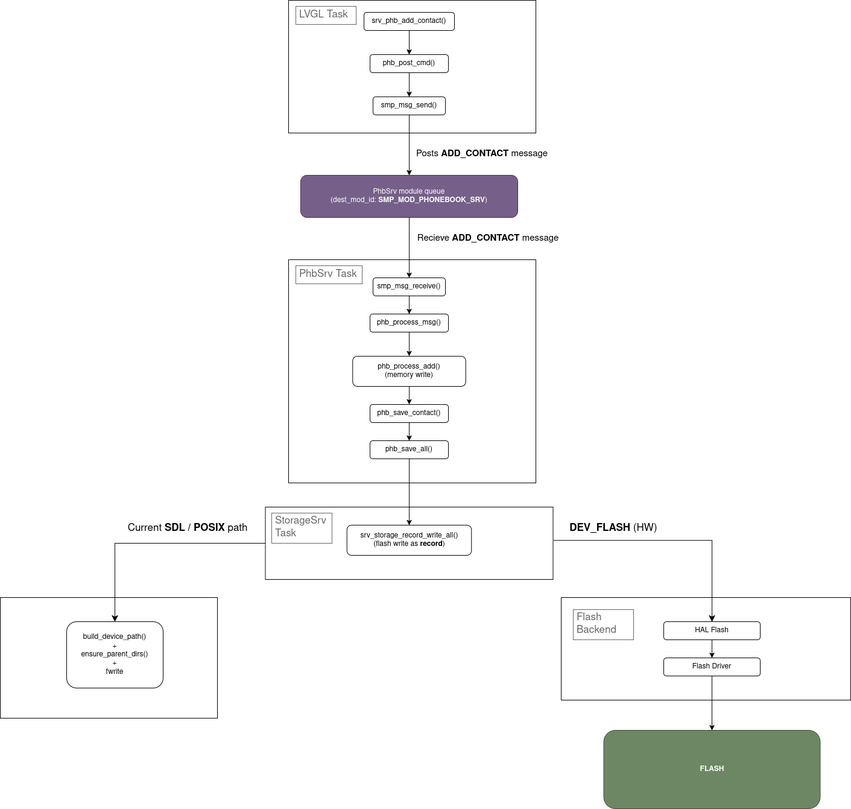
Before: docs/diagrams/StorageArch.png, a diagram exported from draw.io (ananyast81/sampige-emb-filesys-intern-2026). Source tidied: cells renumbered, new cells last; positions are measured from the earlier drawing's top-left corner, leaving out a move shared by most shapes.
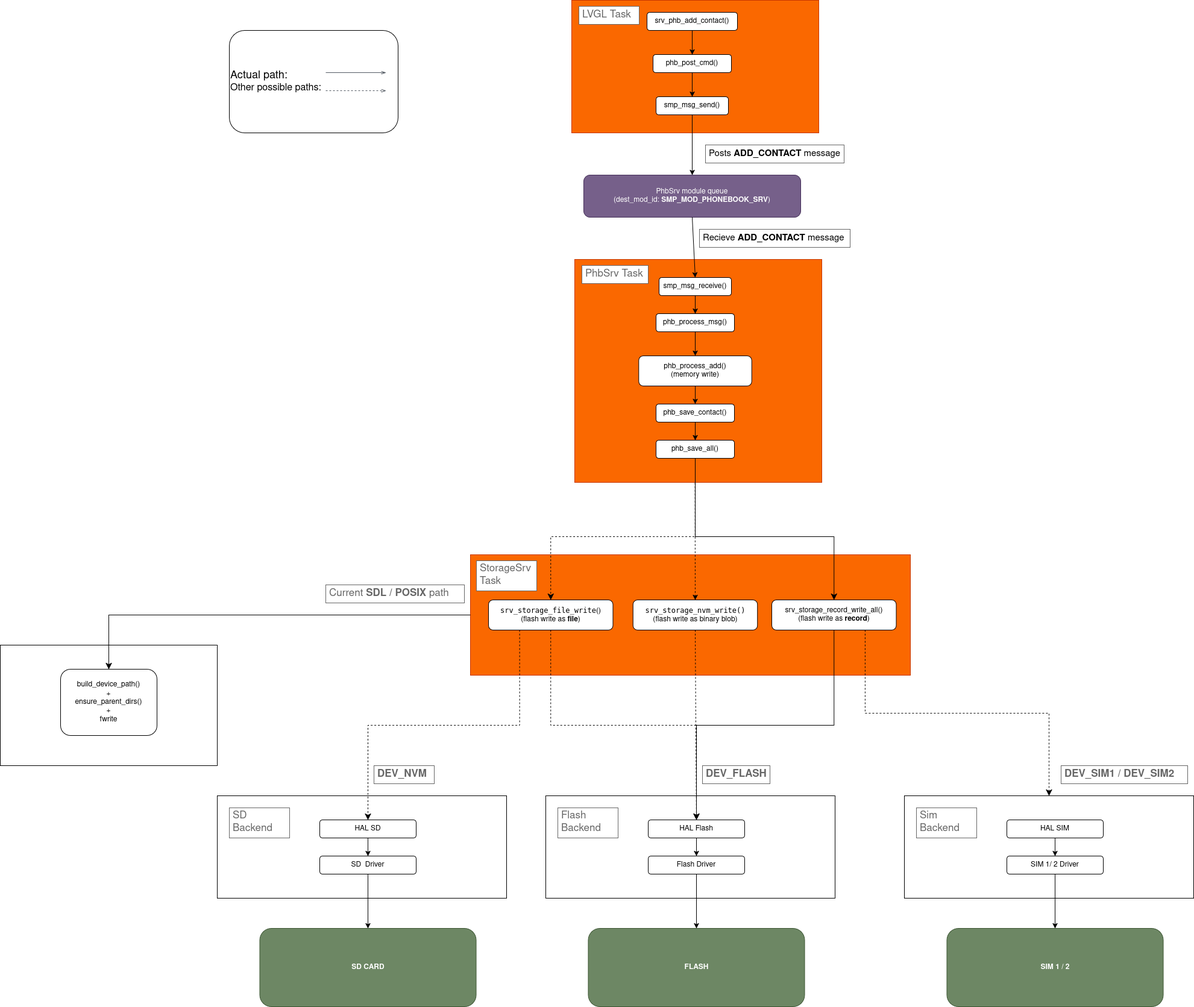
Above is the later version.

Commit message:
Add 3 file formats and 4 devices

The edit, as a diff of the source:
```diff
@@ -7,3 +7,3 @@
     </mxCell>
-    <mxCell id="3" value="&lt;div align=&quot;left&quot;&gt;&lt;br&gt;&lt;/div&gt;" style="rounded=0;whiteSpace=wrap;html=1;textOpacity=30;gradientColor=none;fillColor=default;" parent="1" vertex="1">
+    <mxCell id="3" value="&lt;div align=&quot;left&quot;&gt;&lt;br&gt;&lt;/div&gt;" style="rounded=0;whiteSpace=wrap;html=1;textOpacity=30;fillColor=#fa6800;fontColor=#000000;strokeColor=#C73500;" parent="1" vertex="1">
       <mxGeometry x="478" width="410" height="220" as="geometry" />
@@ -28,4 +28,4 @@
     </mxCell>
-    <mxCell id="10" value="&lt;div align=&quot;left&quot;&gt;&lt;br&gt;&lt;/div&gt;" style="rounded=0;whiteSpace=wrap;html=1;textOpacity=30;gradientColor=none;fillColor=default;" parent="1" vertex="1">
-      <mxGeometry x="478" y="430" width="410" height="370" as="geometry" />
+    <mxCell id="10" value="&lt;div align=&quot;left&quot;&gt;&lt;br&gt;&lt;/div&gt;" style="rounded=0;whiteSpace=wrap;html=1;textOpacity=30;fillColor=#fa6800;fontColor=#000000;strokeColor=#C73500;" parent="1" vertex="1">
+      <mxGeometry x="483" y="430" width="410" height="370" as="geometry" />
     </mxCell>
@@ -35,3 +35,3 @@
     <mxCell id="12" value="smp_msg_receive()" style="rounded=1;whiteSpace=wrap;html=1;" parent="1" vertex="1">
-      <mxGeometry x="618" y="460" width="120" height="30" as="geometry" />
+      <mxGeometry x="623" y="460" width="120" height="30" as="geometry" />
     </mxCell>
@@ -46,3 +46,3 @@
     <mxCell id="15" value="phb_process_msg()" style="rounded=1;whiteSpace=wrap;html=1;" parent="1" vertex="1">
-      <mxGeometry x="613" y="520" width="130" height="30" as="geometry" />
+      <mxGeometry x="618" y="520" width="130" height="30" as="geometry" />
     </mxCell>
@@ -52,6 +52,6 @@
     <mxCell id="17" value="&lt;div&gt;phb_process_add()&lt;/div&gt;&lt;div&gt;(memory write)&lt;/div&gt;" style="rounded=1;whiteSpace=wrap;html=1;" parent="1" vertex="1">
-      <mxGeometry x="584.2" y="590" width="187.5" height="50" as="geometry" />
+      <mxGeometry x="589.2" y="590" width="187.5" height="50" as="geometry" />
     </mxCell>
-    <mxCell id="18" value="&lt;div align=&quot;left&quot;&gt;&lt;br&gt;&lt;/div&gt;" style="rounded=0;whiteSpace=wrap;html=1;textOpacity=30;gradientColor=none;fillColor=default;" parent="1" vertex="1">
-      <mxGeometry x="439.5" y="840" width="477" height="120" as="geometry" />
+    <mxCell id="18" value="&lt;div align=&quot;left&quot;&gt;&lt;br&gt;&lt;/div&gt;" style="rounded=0;whiteSpace=wrap;html=1;textOpacity=30;fillColor=#fa6800;fontColor=#000000;strokeColor=#C73500;" parent="1" vertex="1">
+      <mxGeometry x="310" y="920" width="730" height="200" as="geometry" />
     </mxCell>
@@ -61,24 +61,21 @@
     <mxCell id="20" value="phb_save_contact()" style="rounded=1;whiteSpace=wrap;html=1;" parent="1" vertex="1">
-      <mxGeometry x="613" y="670" width="130" height="30" as="geometry" />
+      <mxGeometry x="618" y="670" width="130" height="30" as="geometry" />
     </mxCell>
     <mxCell id="21" value="phb_save_all()" style="rounded=1;whiteSpace=wrap;html=1;" parent="1" vertex="1">
-      <mxGeometry x="613" y="730" width="130" height="30" as="geometry" />
+      <mxGeometry x="618" y="730" width="130" height="30" as="geometry" />
     </mxCell>
     <mxCell id="22" value="&lt;div&gt;srv_storage_record_write_all()&lt;/div&gt;&lt;div&gt;(flash write as &lt;b&gt;record&lt;/b&gt;)&lt;/div&gt;" style="rounded=1;whiteSpace=wrap;html=1;" parent="1" vertex="1">
-      <mxGeometry x="574.8" y="870" width="206.5" height="50" as="geometry" />
+      <mxGeometry x="810" y="995" width="206.5" height="50" as="geometry" />
     </mxCell>
-    <mxCell id="23" style="endArrow=classic;html=1;rounded=0;exitX=0.5;exitY=1;exitDx=0;exitDy=0;entryX=0.5;entryY=0;entryDx=0;entryDy=0;" parent="1" edge="1" source="21" target="22">
-      <mxGeometry relative="1" as="geometry" />
-    </mxCell>
     <mxCell id="24" value="&lt;div align=&quot;left&quot;&gt;&lt;br&gt;&lt;/div&gt;" style="rounded=0;whiteSpace=wrap;html=1;textOpacity=30;gradientColor=none;fillColor=default;" parent="1" vertex="1">
-      <mxGeometry y="990" width="360" height="200" as="geometry" />
+      <mxGeometry x="-470" y="1070" width="360" height="200" as="geometry" />
     </mxCell>
     <mxCell id="25" value="&lt;div&gt;build_device_path()&lt;/div&gt;&lt;div&gt;+&lt;/div&gt;&lt;div&gt;ensure_parent_dirs()&lt;/div&gt;&lt;div&gt;+&lt;/div&gt;&lt;div&gt;fwrite&lt;/div&gt;" style="rounded=1;whiteSpace=wrap;html=1;" parent="1" vertex="1">
-      <mxGeometry x="110" y="1030" width="160" height="110" as="geometry" />
+      <mxGeometry x="-370" y="1110" width="160" height="110" as="geometry" />
     </mxCell>
     <mxCell id="26" value="StorageSrv Task" style="strokeWidth=1;shadow=0;dashed=0;align=center;html=1;shape=mxgraph.mockup.text.textBox;fontColor=#666666;align=left;fontSize=17;spacingLeft=4;spacingTop=-3;whiteSpace=wrap;strokeColor=#666666;mainText=;" parent="1" vertex="1">
-      <mxGeometry x="450" y="850" width="100" height="50" as="geometry" />
+      <mxGeometry x="320" y="930" width="100" height="50" as="geometry" />
     </mxCell>
     <mxCell id="27" value="PhbSrv Task" style="strokeWidth=1;shadow=0;dashed=0;align=center;html=1;shape=mxgraph.mockup.text.textBox;fontColor=#666666;align=left;fontSize=17;spacingLeft=4;spacingTop=-3;whiteSpace=wrap;strokeColor=#666666;mainText=;" parent="1" vertex="1">
-      <mxGeometry x="490" y="440" width="110" height="30" as="geometry" />
+      <mxGeometry x="495" y="440" width="110" height="30" as="geometry" />
     </mxCell>
@@ -88,3 +85,3 @@
     <mxCell id="29" value="&lt;div align=&quot;left&quot;&gt;&lt;br&gt;&lt;/div&gt;" style="rounded=0;whiteSpace=wrap;html=1;textOpacity=30;gradientColor=none;fillColor=default;" parent="1" vertex="1">
-      <mxGeometry x="930" y="990" width="480" height="170" as="geometry" />
+      <mxGeometry x="435" y="1320" width="480" height="170" as="geometry" />
     </mxCell>
@@ -93,5 +90,2 @@
     </mxCell>
-    <mxCell id="31" style="edgeStyle=segmentEdgeStyle;endArrow=classic;html=1;curved=0;rounded=0;endSize=8;startSize=8;exitX=1.003;exitY=0.461;exitDx=0;exitDy=0;exitPerimeter=0;" parent="1" edge="1" source="18" target="33">
-      <mxGeometry relative="1" as="geometry" />
-    </mxCell>
     <mxCell id="32" style="edgeStyle=orthogonalEdgeStyle;rounded=0;jettySize=auto;html=1;" parent="1" edge="1" source="33" target="35">
@@ -100,3 +94,3 @@
     <mxCell id="33" value="HAL Flash" style="rounded=1;whiteSpace=wrap;html=1;" parent="1" vertex="1">
-      <mxGeometry x="1100" y="1030" width="160" height="30" as="geometry" />
+      <mxGeometry x="605" y="1360" width="160" height="30" as="geometry" />
     </mxCell>
@@ -106,22 +100,123 @@
     <mxCell id="35" value="Flash Driver" style="rounded=1;whiteSpace=wrap;html=1;" parent="1" vertex="1">
-      <mxGeometry x="1100" y="1090" width="160" height="30" as="geometry" />
+      <mxGeometry x="605" y="1420" width="160" height="30" as="geometry" />
     </mxCell>
-    <mxCell id="36" value="&lt;font style=&quot;font-size: 15px; color: light-dark(rgb(0, 0, 0), rgb(255, 255, 255));&quot;&gt;Posts &lt;b&gt;ADD_CONTACT &lt;/b&gt;message&lt;/font&gt;" style="text;html=1;whiteSpace=wrap;strokeColor=none;fillColor=none;align=center;verticalAlign=middle;rounded=0;" parent="1" vertex="1">
-      <mxGeometry x="688" y="240" width="222" height="30" as="geometry" />
-    </mxCell>
-    <mxCell id="37" value="&lt;font style=&quot;font-size: 15px; color: light-dark(rgb(0, 0, 0), rgb(255, 255, 255));&quot;&gt;Recieve&amp;nbsp;&lt;b&gt;ADD_CONTACT &lt;/b&gt;message&lt;/font&gt;" style="text;html=1;whiteSpace=wrap;strokeColor=none;fillColor=none;align=center;verticalAlign=middle;rounded=0;" parent="1" vertex="1">
-      <mxGeometry x="688" y="380" width="242" height="30" as="geometry" />
-    </mxCell>
     <mxCell id="38" value="Flash Backend" style="strokeWidth=1;shadow=0;dashed=0;align=center;html=1;shape=mxgraph.mockup.text.textBox;fontColor=#666666;align=left;fontSize=17;spacingLeft=4;spacingTop=-3;whiteSpace=wrap;strokeColor=#666666;mainText=;" parent="1" vertex="1">
-      <mxGeometry x="950" y="1010" width="100" height="50" as="geometry" />
+      <mxGeometry x="455" y="1340" width="100" height="50" as="geometry" />
     </mxCell>
     <mxCell id="39" value="&lt;b&gt;FLASH&lt;/b&gt;" style="rounded=1;whiteSpace=wrap;html=1;fillColor=#6d8764;fontColor=#ffffff;strokeColor=#3A5431;" parent="1" vertex="1">
-      <mxGeometry x="1000.5" y="1210" width="359" height="130" as="geometry" />
+      <mxGeometry x="505.5" y="1540" width="359" height="130" as="geometry" />
     </mxCell>
-    <mxCell id="40" value="&lt;font style=&quot;font-size: 17px;&quot;&gt;&lt;b&gt;DEV_FLASH&lt;/b&gt; (HW)&lt;/font&gt;" style="text;html=1;whiteSpace=wrap;strokeColor=none;fillColor=none;align=center;verticalAlign=middle;rounded=0;" parent="1" vertex="1">
-      <mxGeometry x="916.5" y="860" width="200" height="30" as="geometry" />
-    </mxCell>
+    <mxCell id="37" value="&lt;font style=&quot;font-size: 15px; color: light-dark(rgb(0, 0, 0), rgb(255, 255, 255));&quot;&gt;Recieve&amp;nbsp;&lt;b&gt;ADD_CONTACT &lt;/b&gt;message&lt;/font&gt;" style="strokeWidth=1;shadow=0;dashed=0;align=center;html=1;shape=mxgraph.mockup.text.textBox;fontColor=#666666;align=left;fontSize=17;spacingLeft=4;spacingTop=-3;whiteSpace=wrap;strokeColor=#666666;mainText=;" parent="1" vertex="1">
+      <mxGeometry x="690" y="380" width="250" height="30" as="geometry" />
+    </mxCell>
+    <mxCell id="36" value="&lt;font style=&quot;font-size: 15px; color: light-dark(rgb(0, 0, 0), rgb(255, 255, 255));&quot;&gt;Posts &lt;b&gt;ADD_CONTACT &lt;/b&gt;message&lt;/font&gt;" style="strokeWidth=1;shadow=0;dashed=0;align=center;html=1;shape=mxgraph.mockup.text.textBox;fontColor=#666666;align=left;fontSize=17;spacingLeft=4;spacingTop=-3;whiteSpace=wrap;strokeColor=#666666;mainText=;" parent="1" vertex="1">
+      <mxGeometry x="700" y="240" width="230" height="30" as="geometry" />
+    </mxCell>
-    <mxCell id="41" value="&lt;font style=&quot;font-size: 17px;&quot;&gt;Current &lt;b&gt;SDL / POSIX&lt;/b&gt; path&lt;/font&gt;" style="text;html=1;whiteSpace=wrap;strokeColor=none;fillColor=none;align=center;verticalAlign=middle;rounded=0;" parent="1" vertex="1">
-      <mxGeometry x="190" y="860" width="242" height="30" as="geometry" />
+    <mxCell id="41" value="&lt;div style=&quot;line-height: 150%;&quot;&gt;&lt;font style=&quot;font-size: 17px;&quot;&gt;Current &lt;b&gt;SDL / POSIX&lt;/b&gt; path&lt;/font&gt;&lt;/div&gt;" style="strokeWidth=1;shadow=0;dashed=0;align=center;html=1;shape=mxgraph.mockup.text.textBox;fontColor=#666666;align=left;fontSize=17;spacingLeft=4;spacingTop=-3;whiteSpace=wrap;strokeColor=#666666;mainText=;" parent="1" vertex="1">
+      <mxGeometry x="70" y="970" width="230" height="30" as="geometry" />
     </mxCell>
+    <mxCell id="42" value="&lt;div style=&quot;line-height: 150%;&quot;&gt;&lt;font style=&quot;font-size: 17px;&quot;&gt;&lt;b&gt;DEV_FLASH&lt;/b&gt;&amp;nbsp;&lt;/font&gt;&lt;/div&gt;" style="strokeWidth=1;shadow=0;dashed=0;align=center;html=1;shape=mxgraph.mockup.text.textBox;fontColor=#666666;align=left;fontSize=17;spacingLeft=4;spacingTop=-3;whiteSpace=wrap;strokeColor=#666666;mainText=;" parent="1" vertex="1">
+      <mxGeometry x="695" y="1270" width="112" height="30" as="geometry" />
+    </mxCell>
+    <mxCell id="23" style="edgeStyle=elbowEdgeStyle;elbow=vertical;endArrow=classic;html=1;curved=0;rounded=0;endSize=8;startSize=8;entryX=0.5;entryY=0;entryDx=0;entryDy=0;" parent="1" edge="1" source="21" target="22">
+      <mxGeometry relative="1" as="geometry">
+        <Array as="points">
+          <mxPoint x="800" y="890" />
+        </Array>
+      </mxGeometry>
+    </mxCell>
+    <mxCell id="43" value="&lt;div&gt;&lt;code&gt;srv_storage_file_write&lt;/code&gt;()&lt;/div&gt;&lt;div&gt;(flash write as &lt;b&gt;file&lt;/b&gt;)&lt;/div&gt;" style="rounded=1;whiteSpace=wrap;html=1;" parent="1" vertex="1">
+      <mxGeometry x="340" y="995" width="206.5" height="50" as="geometry" />
+    </mxCell>
+    <mxCell id="44" value="&lt;div&gt;&lt;code&gt;&lt;span class=&quot;hljs-title function_&quot;&gt;srv_storage_nvm_write&lt;/span&gt;&lt;span class=&quot;hljs-params&quot;&gt;()&lt;/span&gt;&lt;/code&gt;&lt;/div&gt;&lt;div&gt;(flash write as binary blob)&lt;/div&gt;" style="rounded=1;whiteSpace=wrap;html=1;" parent="1" vertex="1">
+      <mxGeometry x="579.8" y="995" width="206.5" height="50" as="geometry" />
+    </mxCell>
+    <mxCell id="45" style="endArrow=classic;html=1;rounded=0;entryX=0.5;entryY=0;entryDx=0;entryDy=0;exitX=0.487;exitY=1.001;exitDx=0;exitDy=0;exitPerimeter=0;dashed=1;" parent="1" edge="1" source="10" target="44">
+      <mxGeometry relative="1" as="geometry" />
+    </mxCell>
+    <mxCell id="46" style="edgeStyle=elbowEdgeStyle;elbow=vertical;endArrow=classic;html=1;curved=0;rounded=0;endSize=8;startSize=8;entryX=0.5;entryY=0;entryDx=0;entryDy=0;exitX=0.488;exitY=1.004;exitDx=0;exitDy=0;exitPerimeter=0;dashed=1;" parent="1" edge="1" source="10" target="43">
+      <mxGeometry relative="1" as="geometry">
+        <Array as="points">
+          <mxPoint x="560" y="890" />
+        </Array>
+      </mxGeometry>
+    </mxCell>
+    <mxCell id="47" value="&lt;div align=&quot;left&quot;&gt;&lt;br&gt;&lt;/div&gt;" style="rounded=0;whiteSpace=wrap;html=1;textOpacity=30;gradientColor=none;fillColor=default;" parent="1" vertex="1">
+      <mxGeometry x="1030" y="1320" width="480" height="170" as="geometry" />
+    </mxCell>
+    <mxCell id="48" style="edgeStyle=orthogonalEdgeStyle;rounded=0;jettySize=auto;html=1;" parent="1" edge="1" source="49" target="51">
+      <mxGeometry relative="1" as="geometry" />
+    </mxCell>
+    <mxCell id="49" value="HAL SIM" style="rounded=1;whiteSpace=wrap;html=1;" parent="1" vertex="1">
+      <mxGeometry x="1200" y="1360" width="160" height="30" as="geometry" />
+    </mxCell>
+    <mxCell id="50" style="edgeStyle=orthogonalEdgeStyle;rounded=0;jettySize=auto;html=1;" parent="1" edge="1" source="51" target="53">
+      <mxGeometry relative="1" as="geometry" />
+    </mxCell>
+    <mxCell id="51" value="SIM 1/ 2 Driver" style="rounded=1;whiteSpace=wrap;html=1;" parent="1" vertex="1">
+      <mxGeometry x="1200" y="1420" width="160" height="30" as="geometry" />
+    </mxCell>
+    <mxCell id="52" value="Sim Backend" style="strokeWidth=1;shadow=0;dashed=0;align=center;html=1;shape=mxgraph.mockup.text.textBox;fontColor=#666666;align=left;fontSize=17;spacingLeft=4;spacingTop=-3;whiteSpace=wrap;strokeColor=#666666;mainText=;" parent="1" vertex="1">
+      <mxGeometry x="1050" y="1340" width="100" height="50" as="geometry" />
+    </mxCell>
+    <mxCell id="53" value="&lt;b&gt;SIM 1 / 2&lt;/b&gt;" style="rounded=1;whiteSpace=wrap;html=1;fillColor=#6d8764;fontColor=#ffffff;strokeColor=#3A5431;" parent="1" vertex="1">
+      <mxGeometry x="1100.5" y="1540" width="359" height="130" as="geometry" />
+    </mxCell>
+    <mxCell id="54" value="&lt;div style=&quot;line-height: 150%;&quot;&gt;&lt;font style=&quot;font-size: 17px;&quot;&gt;&lt;b&gt;DEV_SIM1 / DEV_SIM2&lt;/b&gt;&lt;/font&gt;&lt;/div&gt;" style="strokeWidth=1;shadow=0;dashed=0;align=center;html=1;shape=mxgraph.mockup.text.textBox;fontColor=#666666;align=left;fontSize=17;spacingLeft=4;spacingTop=-3;whiteSpace=wrap;strokeColor=#666666;mainText=;" parent="1" vertex="1">
+      <mxGeometry x="1290" y="1270" width="210" height="30" as="geometry" />
+    </mxCell>
+    <mxCell id="55" style="edgeStyle=elbowEdgeStyle;elbow=vertical;endArrow=classic;html=1;curved=0;rounded=0;endSize=8;startSize=8;exitX=0.5;exitY=1;exitDx=0;exitDy=0;entryX=0.5;entryY=0;entryDx=0;entryDy=0;" parent="1" edge="1" source="22" target="33">
+      <mxGeometry relative="1" as="geometry" />
+    </mxCell>
+    <mxCell id="56" style="endArrow=none;html=1;rounded=0;entryX=0.5;entryY=1;entryDx=0;entryDy=0;exitX=0.5;exitY=0;exitDx=0;exitDy=0;dashed=1;" parent="1" edge="1" source="33" target="44">
+      <mxGeometry relative="1" as="geometry" />
+    </mxCell>
+    <mxCell id="57" style="edgeStyle=elbowEdgeStyle;elbow=vertical;endArrow=classic;html=1;curved=0;rounded=0;endSize=8;startSize=8;exitX=0.5;exitY=1;exitDx=0;exitDy=0;entryX=0.5;entryY=0;entryDx=0;entryDy=0;dashed=1;" parent="1" edge="1" source="43" target="33">
+      <mxGeometry relative="1" as="geometry" />
+    </mxCell>
+    <mxCell id="58" style="edgeStyle=elbowEdgeStyle;elbow=vertical;endArrow=classic;html=1;curved=0;rounded=0;endSize=8;startSize=8;entryX=0.5;entryY=0;entryDx=0;entryDy=0;exitX=0.75;exitY=1;exitDx=0;exitDy=0;dashed=1;" parent="1" edge="1" source="22" target="47">
+      <mxGeometry relative="1" as="geometry" />
+    </mxCell>
+    <mxCell id="59" value="&lt;div align=&quot;left&quot;&gt;&lt;br&gt;&lt;/div&gt;" style="rounded=0;whiteSpace=wrap;html=1;textOpacity=30;gradientColor=none;fillColor=default;" parent="1" vertex="1">
+      <mxGeometry x="-110" y="1320" width="480" height="170" as="geometry" />
+    </mxCell>
+    <mxCell id="60" style="edgeStyle=orthogonalEdgeStyle;rounded=0;jettySize=auto;html=1;" parent="1" edge="1" source="61" target="63">
+      <mxGeometry relative="1" as="geometry" />
+    </mxCell>
+    <mxCell id="61" value="HAL SD" style="rounded=1;whiteSpace=wrap;html=1;" parent="1" vertex="1">
+      <mxGeometry x="60" y="1360" width="160" height="30" as="geometry" />
+    </mxCell>
+    <mxCell id="62" style="edgeStyle=orthogonalEdgeStyle;rounded=0;jettySize=auto;html=1;" parent="1" edge="1" source="63" target="65">
+      <mxGeometry relative="1" as="geometry" />
+    </mxCell>
+    <mxCell id="63" value="SD&amp;nbsp; Driver" style="rounded=1;whiteSpace=wrap;html=1;" parent="1" vertex="1">
+      <mxGeometry x="60" y="1420" width="160" height="30" as="geometry" />
+    </mxCell>
+    <mxCell id="64" value="SD Backend" style="strokeWidth=1;shadow=0;dashed=0;align=center;html=1;shape=mxgraph.mockup.text.textBox;fontColor=#666666;align=left;fontSize=17;spacingLeft=4;spacingTop=-3;whiteSpace=wrap;strokeColor=#666666;mainText=;" parent="1" vertex="1">
+      <mxGeometry x="-90" y="1340" width="100" height="50" as="geometry" />
+    </mxCell>
+    <mxCell id="65" value="&lt;b&gt;SD CARD&lt;/b&gt;" style="rounded=1;whiteSpace=wrap;html=1;fillColor=#6d8764;fontColor=#ffffff;strokeColor=#3A5431;" parent="1" vertex="1">
+      <mxGeometry x="-39.5" y="1540" width="359" height="130" as="geometry" />
+    </mxCell>
+    <mxCell id="66" value="&lt;div style=&quot;line-height: 150%;&quot;&gt;&lt;font style=&quot;font-size: 17px;&quot;&gt;&lt;b&gt;DEV_NVM&lt;/b&gt;&amp;nbsp;&lt;/font&gt;&lt;/div&gt;" style="strokeWidth=1;shadow=0;dashed=0;align=center;html=1;shape=mxgraph.mockup.text.textBox;fontColor=#666666;align=left;fontSize=17;spacingLeft=4;spacingTop=-3;whiteSpace=wrap;strokeColor=#666666;mainText=;" parent="1" vertex="1">
+      <mxGeometry x="150" y="1270" width="100" height="30" as="geometry" />
+    </mxCell>
+    <mxCell id="67" style="edgeStyle=elbowEdgeStyle;elbow=vertical;endArrow=classic;html=1;curved=0;rounded=0;endSize=8;startSize=8;entryX=0.5;entryY=0;entryDx=0;entryDy=0;exitX=0.25;exitY=1;exitDx=0;exitDy=0;dashed=1;" parent="1" edge="1" source="43" target="61">
+      <mxGeometry relative="1" as="geometry" />
+    </mxCell>
+    <mxCell id="68" value="&lt;div align=&quot;left&quot;&gt;&lt;font style=&quot;font-size: 18px;&quot;&gt;Actual path:&amp;nbsp;&lt;/font&gt;&lt;/div&gt;&lt;div align=&quot;left&quot;&gt;&lt;font size=&quot;3&quot;&gt;Other possible paths:&amp;nbsp;&lt;/font&gt;&lt;/div&gt;" style="rounded=1;whiteSpace=wrap;html=1;align=left;" parent="1" vertex="1">
+      <mxGeometry x="-90" y="50" width="280" height="170" as="geometry" />
+    </mxCell>
+    <mxCell id="69" style="edgeStyle=orthogonalEdgeStyle;html=1;endArrow=openThin;elbow=vertical;startArrow=none;endFill=0;strokeColor=#545B64;rounded=0;" parent="1" edge="1">
+      <mxGeometry relative="1" as="geometry">
+        <mxPoint x="70" y="120" as="sourcePoint" />
+        <mxPoint x="170" y="120" as="targetPoint" />
+      </mxGeometry>
+    </mxCell>
+    <mxCell id="70" style="edgeStyle=orthogonalEdgeStyle;html=1;endArrow=openThin;elbow=vertical;startArrow=none;endFill=0;strokeColor=#545B64;rounded=0;dashed=1;" parent="1" edge="1">
+      <mxGeometry relative="1" as="geometry">
+        <mxPoint x="70" y="150" as="sourcePoint" />
+        <mxPoint x="170" y="150" as="targetPoint" />
+      </mxGeometry>
+    </mxCell>
   </root>
```
